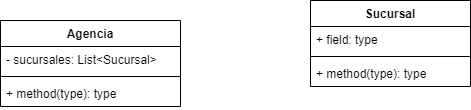
Before: unidad-4/Class-Diagram-Maxi/agencia-viajes-maxi.png, a diagram exported from draw.io (mackstm/ets). Source tidied: cells renumbered, new cells last; positions are measured from the earlier drawing's top-left corner, leaving out a move shared by most shapes.
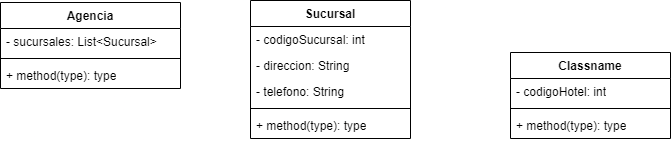
Above is the later version.

Diff of the diagram source:
```diff
@@ -15,16 +15,34 @@
       <mxGeometry y="60" width="180" height="26" as="geometry" />
     </mxCell>
     <mxCell id="6" value="Sucursal" style="swimlane;fontStyle=1;align=center;verticalAlign=top;horizontal=1;startSize=26;whiteSpace=wrap;html=1;" parent="1" vertex="1">
-      <mxGeometry x="310" width="160" height="86" as="geometry" />
+      <mxGeometry x="250" y="18" width="160" height="138" as="geometry" />
     </mxCell>
-    <mxCell id="7" value="+ field: type" style="text;strokeColor=none;fillColor=none;align=left;verticalAlign=top;spacingLeft=4;spacingRight=4;overflow=hidden;whiteSpace=wrap;html=1;" parent="6" vertex="1">
+    <mxCell id="7" value="- codigoSucursal: int" style="text;strokeColor=none;fillColor=none;align=left;verticalAlign=top;spacingLeft=4;spacingRight=4;overflow=hidden;whiteSpace=wrap;html=1;" parent="6" vertex="1">
       <mxGeometry y="26" width="160" height="26" as="geometry" />
     </mxCell>
+    <mxCell id="10" value="- direccion: String" style="text;strokeColor=none;fillColor=none;align=left;verticalAlign=top;spacingLeft=4;spacingRight=4;overflow=hidden;whiteSpace=wrap;html=1;" parent="6" vertex="1">
+      <mxGeometry y="52" width="160" height="26" as="geometry" />
+    </mxCell>
+    <mxCell id="11" value="- telefono: String" style="text;strokeColor=none;fillColor=none;align=left;verticalAlign=top;spacingLeft=4;spacingRight=4;overflow=hidden;whiteSpace=wrap;html=1;" parent="6" vertex="1">
+      <mxGeometry y="78" width="160" height="26" as="geometry" />
+    </mxCell>
     <mxCell id="8" style="line;strokeWidth=1;fillColor=none;align=left;verticalAlign=middle;spacingTop=-1;spacingLeft=3;spacingRight=3;labelPosition=right;strokeColor=inherit;" parent="6" vertex="1">
-      <mxGeometry y="52" width="160" height="8" as="geometry" />
+      <mxGeometry y="104" width="160" height="8" as="geometry" />
     </mxCell>
     <mxCell id="9" value="+ method(type): type" style="text;strokeColor=none;fillColor=none;align=left;verticalAlign=top;spacingLeft=4;spacingRight=4;overflow=hidden;whiteSpace=wrap;html=1;" parent="6" vertex="1">
-      <mxGeometry y="60" width="160" height="26" as="geometry" />
+      <mxGeometry y="112" width="160" height="26" as="geometry" />
     </mxCell>
+    <mxCell id="12" value="Classname" style="swimlane;fontStyle=1;align=center;verticalAlign=top;horizontal=1;startSize=26;whiteSpace=wrap;html=1;" parent="1" vertex="1">
+      <mxGeometry x="510" y="70" width="160" height="86" as="geometry" />
+    </mxCell>
+    <mxCell id="13" value="- codigoHotel: int" style="text;strokeColor=none;fillColor=none;align=left;verticalAlign=top;spacingLeft=4;spacingRight=4;overflow=hidden;whiteSpace=wrap;html=1;" parent="12" vertex="1">
+      <mxGeometry y="26" width="160" height="26" as="geometry" />
+    </mxCell>
+    <mxCell id="14" style="line;strokeWidth=1;fillColor=none;align=left;verticalAlign=middle;spacingTop=-1;spacingLeft=3;spacingRight=3;labelPosition=right;strokeColor=inherit;" parent="12" vertex="1">
+      <mxGeometry y="52" width="160" height="8" as="geometry" />
+    </mxCell>
+    <mxCell id="15" value="+ method(type): type" style="text;strokeColor=none;fillColor=none;align=left;verticalAlign=top;spacingLeft=4;spacingRight=4;overflow=hidden;whiteSpace=wrap;html=1;" parent="12" vertex="1">
+      <mxGeometry y="60" width="160" height="26" as="geometry" />
+    </mxCell>
   </root>
 </mxGraphModel>
```
